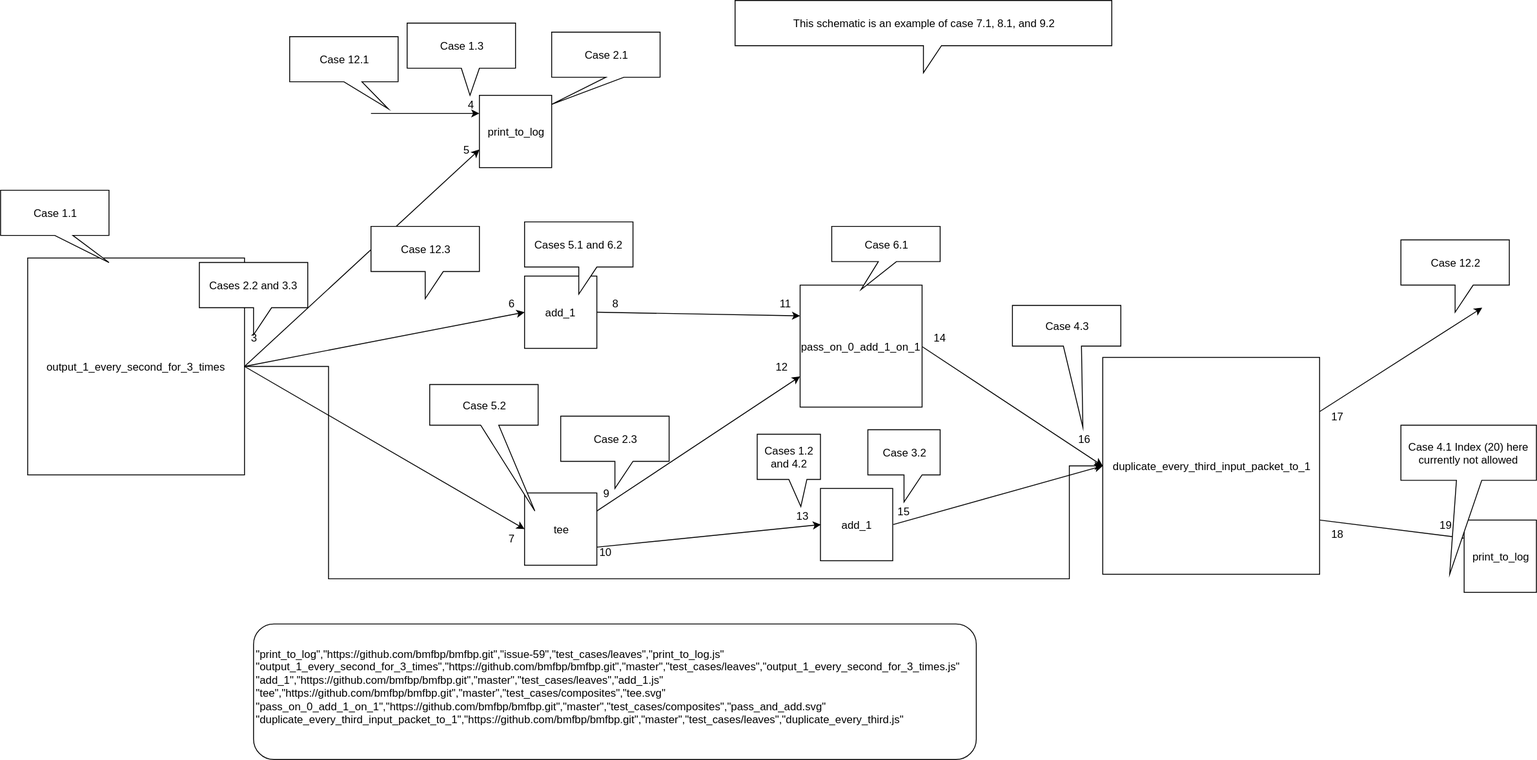
Above: svg/js-compiler/test_diagrams/top_level.svg in bmfbp/bmfbp (draw.io), before the change. Source tidied: cells renumbered, new cells last; positions are measured from the earlier drawing's top-left corner, leaving out a move shared by most shapes.
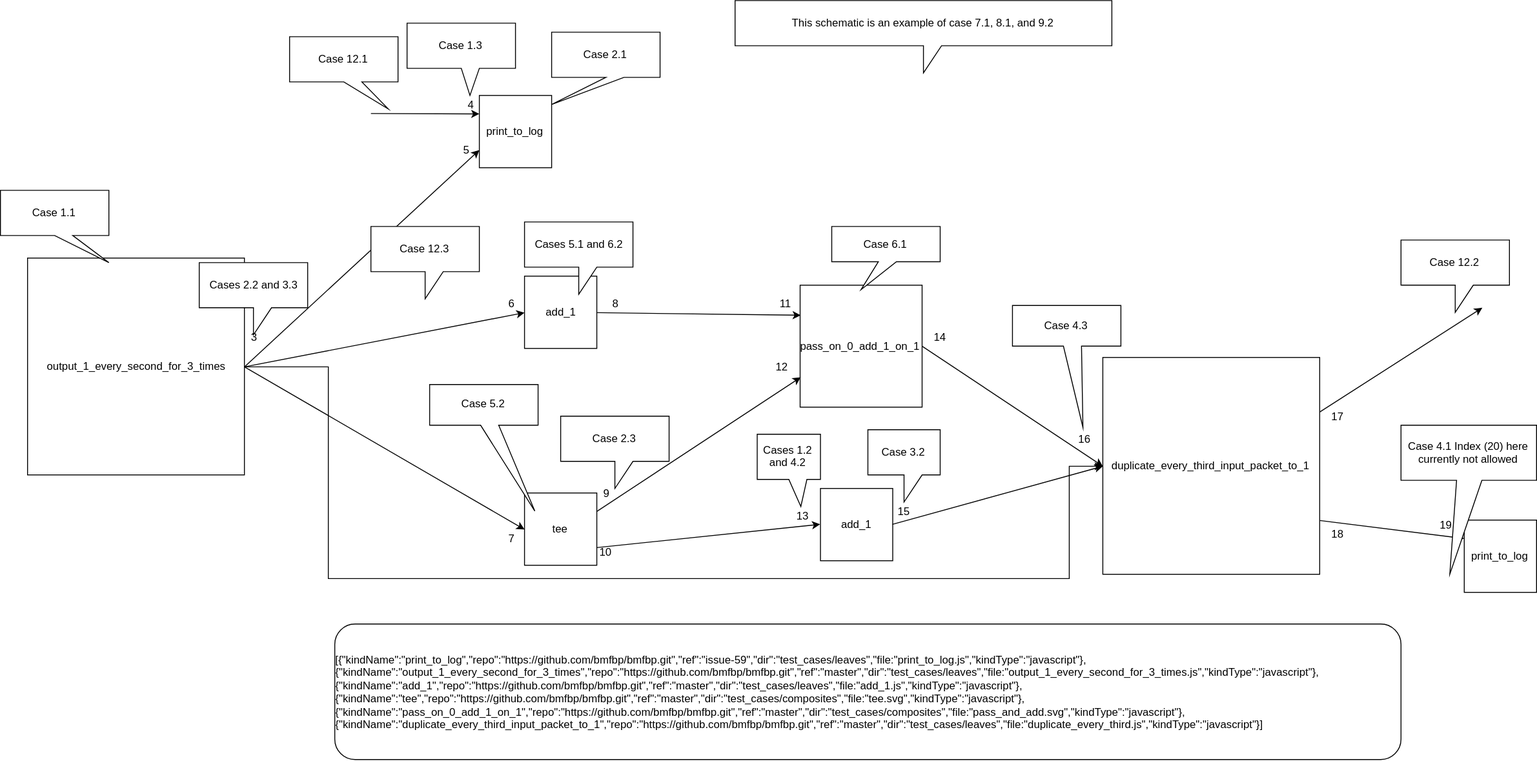
After the commit.

Commit message:
copied metadata from all_diagrams into top_level.svg

Diff of the diagram source:
```diff
@@ -157,9 +157,6 @@
     <mxCell id="49" value="This schematic is an example of case 7.1, 8.1, and 9.2" style="shape=callout;whiteSpace=wrap;html=1;perimeter=calloutPerimeter;" parent="1" vertex="1">
       <mxGeometry x="813" width="417" height="80" as="geometry" />
     </mxCell>
-    <mxCell id="50" value="&amp;quot;print_to_log&amp;quot;,&amp;quot;https://github.com/bmfbp/bmfbp.git&amp;quot;,&amp;quot;issue-59&amp;quot;,&amp;quot;test_cases/leaves&amp;quot;,&amp;quot;print_to_log.js&amp;quot;&lt;br&gt;&amp;quot;output_1_every_second_for_3_times&amp;quot;,&amp;quot;https://github.com/bmfbp/bmfbp.git&amp;quot;,&amp;quot;master&amp;quot;,&amp;quot;test_cases/leaves&amp;quot;,&amp;quot;output_1_every_second_for_3_times.js&amp;quot;&lt;br&gt;&amp;quot;add_1&amp;quot;,&amp;quot;https://github.com/bmfbp/bmfbp.git&amp;quot;,&amp;quot;master&amp;quot;,&amp;quot;test_cases/leaves&amp;quot;,&amp;quot;add_1.js&amp;quot;&lt;br&gt;&amp;quot;tee&amp;quot;,&amp;quot;https://github.com/bmfbp/bmfbp.git&amp;quot;,&amp;quot;master&amp;quot;,&amp;quot;test_cases/composites&amp;quot;,&amp;quot;tee.svg&amp;quot;&lt;br&gt;&amp;quot;pass_on_0_add_1_on_1&amp;quot;,&amp;quot;https://github.com/bmfbp/bmfbp.git&amp;quot;,&amp;quot;master&amp;quot;,&amp;quot;test_cases/composites&amp;quot;,&amp;quot;pass_and_add.svg&amp;quot;&lt;br&gt;&amp;quot;duplicate_every_third_input_packet_to_1&amp;quot;,&amp;quot;https://github.com/bmfbp/bmfbp.git&amp;quot;,&amp;quot;master&amp;quot;,&amp;quot;test_cases/leaves&amp;quot;,&amp;quot;duplicate_every_third.js&amp;quot;&lt;br&gt;&lt;br&gt;" style="rounded=1;align=left;whiteSpace=wrap;html=1;" parent="1" vertex="1">
-      <mxGeometry x="280" y="690" width="800" height="150" as="geometry" />
-    </mxCell>
     <mxCell id="51" value="print_to_log" style="whiteSpace=wrap;html=1;" parent="1" vertex="1">
       <mxGeometry x="1620" y="575" width="80" height="80" as="geometry" />
     </mxCell>
@@ -175,5 +172,8 @@
     <mxCell id="55" value="Case 12.1" style="shape=callout;whiteSpace=wrap;html=1;perimeter=calloutPerimeter;position2=0.91;" parent="1" vertex="1">
       <mxGeometry x="320" y="40" width="120" height="80" as="geometry" />
     </mxCell>
+    <mxCell id="56" value="&lt;div style=&quot;text-align: left&quot;&gt;&lt;div&gt;&lt;div&gt;&lt;span&gt;[{&quot;kindName&quot;:&quot;print_to_log&quot;,&quot;repo&quot;:&quot;https://github.com/bmfbp/bmfbp.git&quot;,&quot;ref&quot;:&quot;issue-59&quot;,&quot;dir&quot;:&quot;test_cases/leaves&quot;,&quot;file:&quot;print_to_log.js&quot;,&quot;kindType&quot;:&quot;javascript&quot;},{&quot;kindName&quot;:&quot;output_1_every_second_for_3_times&quot;,&quot;repo&quot;:&quot;https://github.com/bmfbp/bmfbp.git&quot;,&quot;ref&quot;:&quot;master&quot;,&quot;dir&quot;:&quot;test_cases/leaves&quot;,&quot;file:&quot;output_1_every_second_for_3_times.js&quot;,&quot;kindType&quot;:&quot;javascript&quot;},{&quot;kindName&quot;:&quot;add_1&quot;,&quot;repo&quot;:&quot;https://github.com/bmfbp/bmfbp.git&quot;,&quot;ref&quot;:&quot;master&quot;,&quot;dir&quot;:&quot;test_cases/leaves&quot;,&quot;file:&quot;add_1.js&quot;,&quot;kindType&quot;:&quot;javascript&quot;},{&quot;kindName&quot;:&quot;tee&quot;,&quot;repo&quot;:&quot;https://github.com/bmfbp/bmfbp.git&quot;,&quot;ref&quot;:&quot;master&quot;,&quot;dir&quot;:&quot;test_cases/composites&quot;,&quot;file:&quot;tee.svg&quot;,&quot;kindType&quot;:&quot;javascript&quot;},{&quot;kindName&quot;:&quot;pass_on_0_add_1_on_1&quot;,&quot;repo&quot;:&quot;https://github.com/bmfbp/bmfbp.git&quot;,&quot;ref&quot;:&quot;master&quot;,&quot;dir&quot;:&quot;test_cases/composites&quot;,&quot;file:&quot;pass_and_add.svg&quot;,&quot;kindType&quot;:&quot;javascript&quot;},{&quot;kindName&quot;:&quot;duplicate_every_third_input_packet_to_1&quot;,&quot;repo&quot;:&quot;https://github.com/bmfbp/bmfbp.git&quot;,&quot;ref&quot;:&quot;master&quot;,&quot;dir&quot;:&quot;test_cases/leaves&quot;,&quot;file:&quot;duplicate_every_third.js&quot;,&quot;kindType&quot;:&quot;javascript&quot;}]&lt;/span&gt;&lt;br&gt;&lt;/div&gt;&lt;/div&gt;&lt;/div&gt;" style="rounded=1;whiteSpace=wrap;html=1;" parent="1" vertex="1">
+      <mxGeometry x="370" y="690" width="1180" height="150" as="geometry" />
+    </mxCell>
   </root>
 </mxGraphModel>
```
